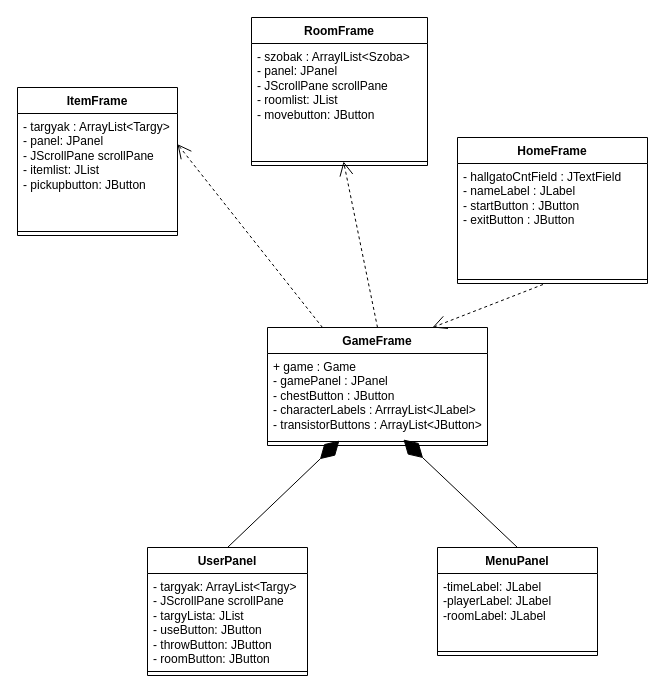
TarsolyLevente/projlab_pupakok keeps this draw.io diagram as Docs/Grafikus_UML.drawio. Above is the earlier version. Source tidied: cells renumbered, new cells numbered last; positions are measured from the earlier drawing's top-left corner, leaving out a move shared by most shapes. Both pictures are drawn from the tidied source at 100%, with x=0, y=0 at pixel (17, 17).
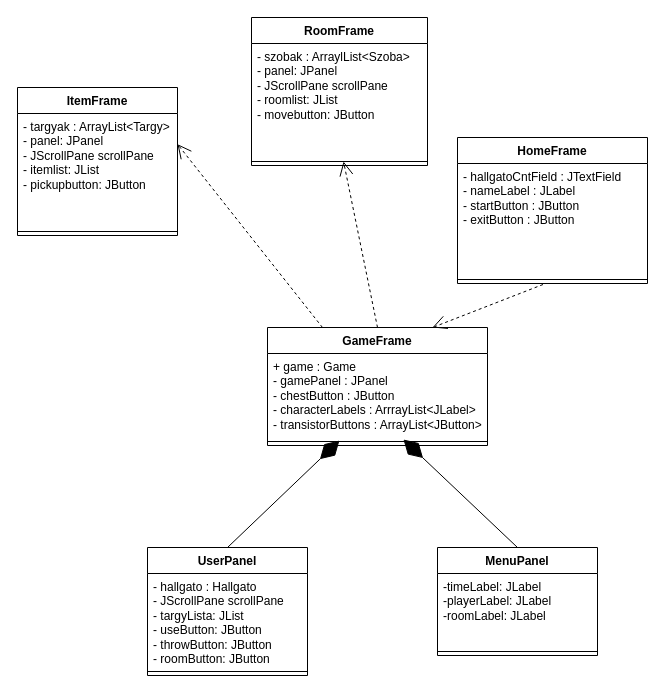
The same page after the edit.

Commit message:
hallgato a userpanelban

Unchanged cells that the change refers to:
```xml
<mxCell id="14" value="UserPanel" style="swimlane;fontStyle=1;align=center;verticalAlign=top;horizontal=1;startSize=26;whiteSpace=wrap;html=1;" parent="1" vertex="1">
  <mxGeometry x="130" y="530" width="160" height="128" as="geometry" />
</mxCell>
```

The edit, as a diff of the source:
```diff
@@
-    <mxCell id="15" value="- targyak: ArrayList&amp;lt;Targy&amp;gt;&lt;div&gt;- JScrollPane scrollPane&lt;div&gt;- targyLista: JList&lt;/div&gt;&lt;div&gt;- useButton: JButton&lt;/div&gt;&lt;div&gt;- throwButton: JButton&lt;/div&gt;&lt;div&gt;- roomButton: JButton&lt;/div&gt;&lt;/div&gt;" style="text;strokeColor=none;fillColor=none;align=left;verticalAlign=top;spacingLeft=4;spacingRight=4;overflow=hidden;whiteSpace=wrap;html=1;" parent="14" vertex="1">
+    <mxCell id="15" value="&lt;div&gt;- hallgato : Hallgato&lt;/div&gt;&lt;div&gt;- JScrollPane scrollPane&lt;div&gt;- targyLista: JList&lt;/div&gt;&lt;div&gt;- useButton: JButton&lt;/div&gt;&lt;div&gt;- throwButton: JButton&lt;/div&gt;&lt;div&gt;- roomButton: JButton&lt;/div&gt;&lt;/div&gt;" style="text;strokeColor=none;fillColor=none;align=left;verticalAlign=top;spacingLeft=4;spacingRight=4;overflow=hidden;whiteSpace=wrap;html=1;" parent="14" vertex="1">
       <mxGeometry y="26" width="160" height="94" as="geometry" />
     </mxCell>
```
